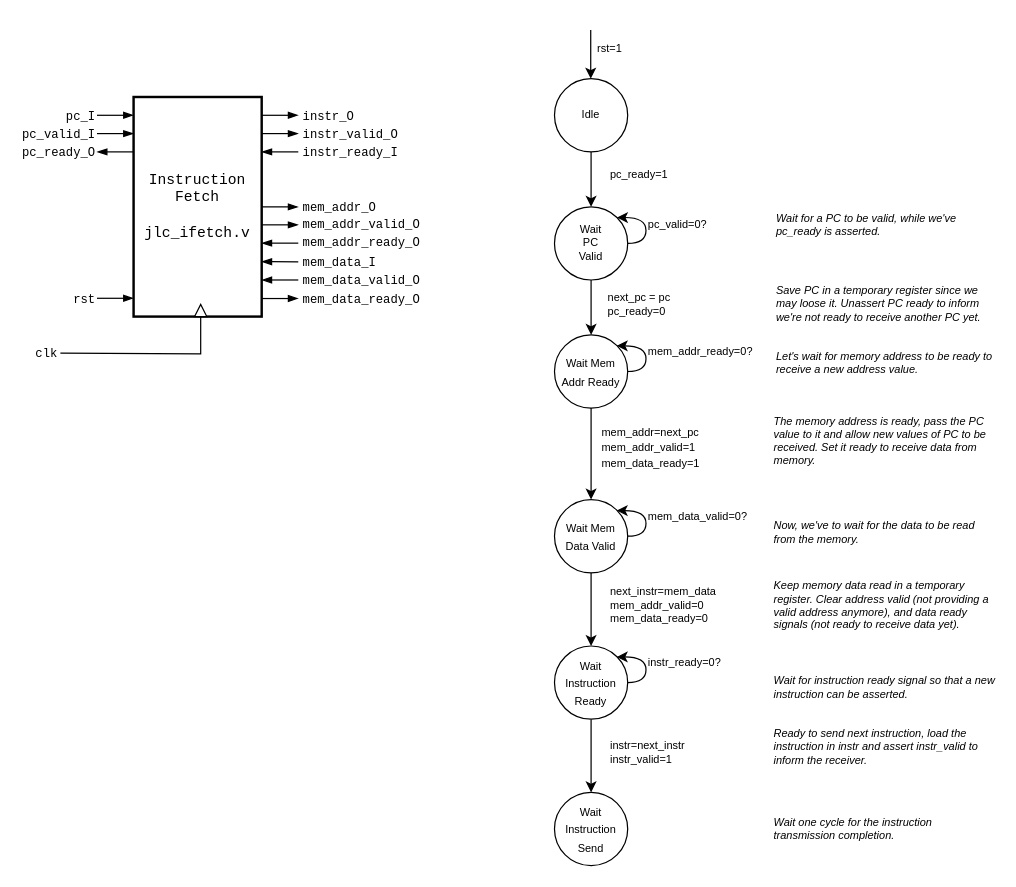
Earlier version of the draw.io diagram doc/JPC_ifetch.drawio (jemos/jpc). Source tidied: cells renumbered, new cells numbered last; positions are measured from the earlier drawing's top-left corner, leaving out a move shared by most shapes. Both pictures are drawn from the tidied source at 122%, with x=0, y=0 at pixel (60, 29).
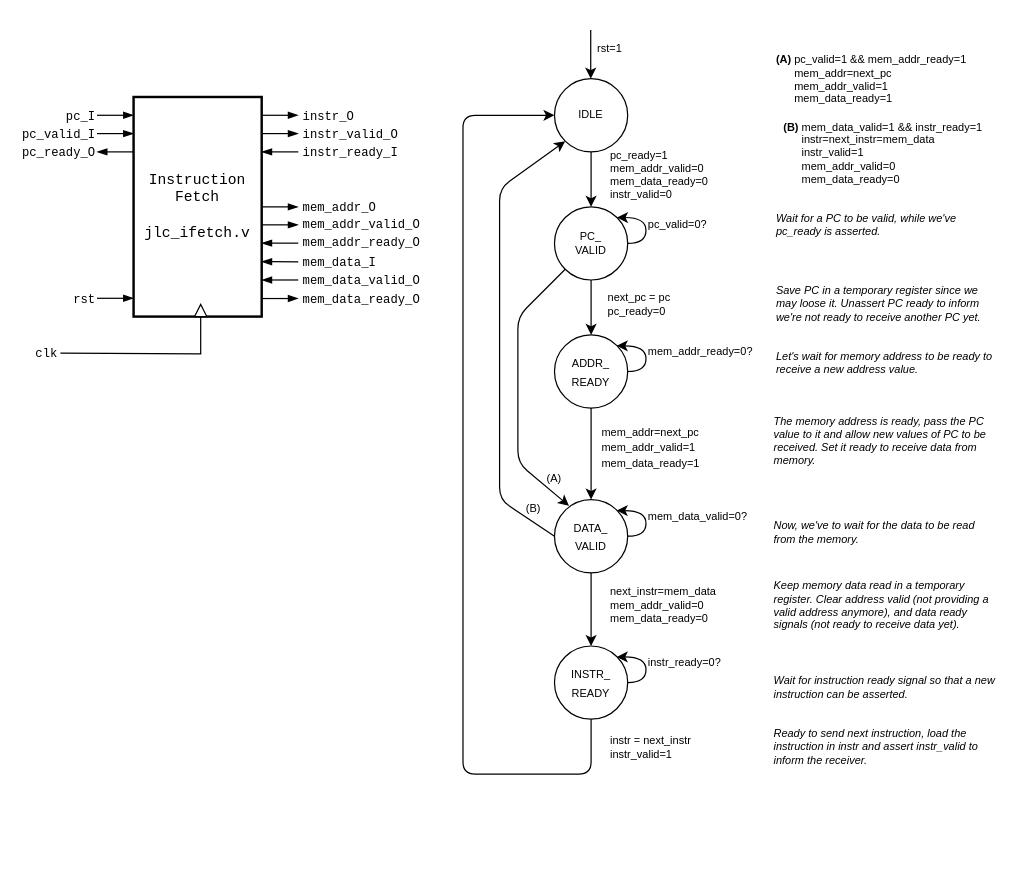
Above is the later version.

Unchanged cells that the change refers to:
```xml
<mxCell id="32" style="edgeStyle=orthogonalEdgeStyle;rounded=0;jettySize=auto;html=1;" parent="1" edge="1" source="34" target="37">
  <mxGeometry relative="1" as="geometry" />
</mxCell>
```

The edit, as a diff of the source:
```diff
@@
-    <mxCell id="33" value="pc_ready=1" style="edgeLabel;html=1;align=left;verticalAlign=middle;fontSize=9;" parent="32" vertex="1">
+    <mxCell id="33" value="pc_ready=1&lt;div&gt;mem_addr_valid=0&lt;/div&gt;&lt;div&gt;mem_data_ready=0&lt;/div&gt;&lt;div&gt;instr_valid=0&lt;/div&gt;" style="edgeLabel;html=1;align=left;verticalAlign=middle;fontSize=9;" parent="32" vertex="1">
       <mxGeometry x="-0.2" relative="1" as="geometry">
         <mxPoint x="14" as="offset" />
       </mxGeometry>
     </mxCell>
-    <mxCell id="34" value="Idle" style="ellipse;whiteSpace=wrap;html=1;fontSize=9;" parent="1" vertex="1">
+    <mxCell id="34" value="IDLE" style="ellipse;whiteSpace=wrap;html=1;fontSize=9;" parent="1" vertex="1">
       <mxGeometry x="405" y="40" width="60" height="60" as="geometry" />
     </mxCell>
@@
-    <mxCell id="37" value="Wait&lt;div&gt;PC&lt;/div&gt;&lt;div&gt;Valid&lt;/div&gt;" style="ellipse;whiteSpace=wrap;html=1;fontSize=9;" parent="1" vertex="1">
+    <mxCell id="37" value="PC_&lt;div&gt;VALID&lt;/div&gt;" style="ellipse;whiteSpace=wrap;html=1;fontSize=9;" parent="1" vertex="1">
       <mxGeometry x="405" y="145" width="60" height="60" as="geometry" />
     </mxCell>
@@
-    <mxCell id="44" value="&lt;font style=&quot;font-size: 9px;&quot;&gt;Wait Mem Addr Ready&lt;/font&gt;" style="ellipse;whiteSpace=wrap;html=1;" parent="1" vertex="1">
+    <mxCell id="44" value="&lt;font style=&quot;font-size: 9px;&quot;&gt;ADDR_&lt;/font&gt;&lt;div&gt;&lt;font style=&quot;font-size: 9px;&quot;&gt;READY&lt;/font&gt;&lt;/div&gt;" style="ellipse;whiteSpace=wrap;html=1;" parent="1" vertex="1">
       <mxGeometry x="405" y="250" width="60" height="60" as="geometry" />
     </mxCell>
@@
-    <mxCell id="48" value="&lt;font style=&quot;font-size: 9px;&quot;&gt;Wait Mem Data Valid&lt;/font&gt;" style="ellipse;whiteSpace=wrap;html=1;" parent="1" vertex="1">
+    <mxCell id="48" value="&lt;font style=&quot;font-size: 9px;&quot;&gt;DATA_&lt;/font&gt;&lt;div&gt;&lt;font style=&quot;font-size: 9px;&quot;&gt;VALID&lt;/font&gt;&lt;/div&gt;" style="ellipse;whiteSpace=wrap;html=1;" parent="1" vertex="1">
       <mxGeometry x="405" y="385" width="60" height="60" as="geometry" />
     </mxCell>
@@
-    <mxCell id="54" style="edgeStyle=orthogonalEdgeStyle;rounded=0;jettySize=auto;html=1;" parent="1" edge="1" source="56" target="62">
-      <mxGeometry relative="1" as="geometry" />
-    </mxCell>
-    <mxCell id="55" value="&lt;font&gt;instr=next_instr&lt;/font&gt;&lt;div&gt;&lt;font&gt;instr_valid=1&lt;/font&gt;&lt;/div&gt;" style="edgeLabel;html=1;align=left;verticalAlign=middle;labelPosition=right;verticalLabelPosition=middle;fontSize=9;" parent="54" vertex="1">
-      <mxGeometry x="-0.26" y="-1" relative="1" as="geometry">
-        <mxPoint x="15" y="4" as="offset" />
-      </mxGeometry>
-    </mxCell>
-    <mxCell id="56" value="&lt;font style=&quot;font-size: 9px;&quot;&gt;Wait Instruction Ready&lt;/font&gt;" style="ellipse;whiteSpace=wrap;html=1;" parent="1" vertex="1">
+    <mxCell id="56" value="&lt;font style=&quot;font-size: 9px;&quot;&gt;INSTR_&lt;/font&gt;&lt;div&gt;&lt;font style=&quot;font-size: 9px;&quot;&gt;READY&lt;/font&gt;&lt;/div&gt;" style="ellipse;whiteSpace=wrap;html=1;" parent="1" vertex="1">
       <mxGeometry x="405" y="505" width="60" height="60" as="geometry" />
     </mxCell>
@@
-    <mxCell id="62" value="&lt;font style=&quot;font-size: 9px;&quot;&gt;Wait Instruction Send&lt;/font&gt;" style="ellipse;whiteSpace=wrap;html=1;" parent="1" vertex="1">
-      <mxGeometry x="405" y="625" width="60" height="60" as="geometry" />
-    </mxCell>
+    <mxCell id="67" style="edgeStyle=orthogonalEdgeStyle;rounded=1;jettySize=auto;html=1;exitX=0.5;exitY=1;exitDx=0;exitDy=0;entryX=0;entryY=0.5;entryDx=0;entryDy=0;curved=0;" parent="1" edge="1" source="56" target="34">
+      <mxGeometry relative="1" as="geometry">
+        <Array as="points">
+          <mxPoint x="435" y="610" />
+          <mxPoint x="330" y="610" />
+          <mxPoint x="330" y="70" />
+        </Array>
+      </mxGeometry>
+    </mxCell>
@@
-    <mxCell id="64" value="Wait one cycle for the instruction transmission completion." style="text;html=1;align=left;verticalAlign=middle;whiteSpace=wrap;rounded=0;fontSize=9;labelPosition=center;verticalLabelPosition=middle;fontStyle=2;spacing=0;" parent="1" vertex="1">
-      <mxGeometry x="585" y="632.5" width="180" height="45" as="geometry" />
-    </mxCell>
@@
+    <mxCell id="68" style="endArrow=none;html=1;rounded=1;exitX=0.199;exitY=0.086;exitDx=0;exitDy=0;entryX=0;entryY=1;entryDx=0;entryDy=0;endFill=1;startFill=1;startArrow=classic;curved=0;exitPerimeter=0;" parent="1" edge="1" source="48" target="37">
+      <mxGeometry relative="1" as="geometry">
+        <Array as="points">
+          <mxPoint x="375" y="355" />
+          <mxPoint x="375" y="235" />
+        </Array>
+      </mxGeometry>
+    </mxCell>
+    <mxCell id="69" style="endArrow=none;html=1;rounded=1;entryX=0;entryY=0.5;entryDx=0;entryDy=0;exitX=0;exitY=1;exitDx=0;exitDy=0;endFill=0;startFill=1;startArrow=classic;curved=0;" parent="1" edge="1" source="34" target="48">
+      <mxGeometry relative="1" as="geometry">
+        <Array as="points">
+          <mxPoint x="360" y="130" />
+          <mxPoint x="360" y="385" />
+        </Array>
+      </mxGeometry>
+    </mxCell>
+    <mxCell id="70" value="(B)" style="edgeLabel;html=1;align=left;verticalAlign=middle;labelPosition=right;verticalLabelPosition=middle;fontSize=9;" parent="1" vertex="1">
+      <mxGeometry x="380" y="392" as="geometry" />
+    </mxCell>
+    <mxCell id="71" value="(A)" style="edgeLabel;html=1;align=left;verticalAlign=middle;labelPosition=right;verticalLabelPosition=middle;fontSize=9;" parent="1" vertex="1">
+      <mxGeometry x="397" y="367" as="geometry" />
+    </mxCell>
+    <mxCell id="72" value="&lt;b&gt;(A)&lt;/b&gt;&amp;nbsp;pc_valid=1 &amp;amp;&amp;amp; mem_addr_ready=1&lt;div&gt;&amp;nbsp; &amp;nbsp; &amp;nbsp; mem_addr=next_pc&lt;/div&gt;&lt;div&gt;&amp;nbsp; &amp;nbsp; &amp;nbsp; mem_addr_valid=1&lt;/div&gt;&lt;div&gt;&amp;nbsp; &amp;nbsp; &amp;nbsp; mem_data_ready=1&lt;/div&gt;" style="edgeLabel;html=1;align=left;verticalAlign=middle;labelPosition=right;verticalLabelPosition=middle;fontSize=9;fontFamily=Helvetica;" parent="1" vertex="1">
+      <mxGeometry x="585" y="40" as="geometry" />
+    </mxCell>
+    <mxCell id="73" value="&lt;b&gt;(B)&lt;/b&gt; mem_data_valid=1 &amp;amp;&amp;amp; instr_ready=1&lt;div&gt;&lt;div&gt;&amp;nbsp; &amp;nbsp; &amp;nbsp; instr=next_instr=mem_data&lt;/div&gt;&lt;div&gt;&amp;nbsp; &amp;nbsp; &amp;nbsp; instr_valid=1&lt;/div&gt;&lt;div&gt;&amp;nbsp; &amp;nbsp; &amp;nbsp; mem_addr_valid=0&lt;/div&gt;&lt;div&gt;&amp;nbsp; &amp;nbsp; &amp;nbsp; mem_data_ready=0&lt;/div&gt;&lt;/div&gt;" style="edgeLabel;html=1;align=left;verticalAlign=middle;labelPosition=right;verticalLabelPosition=middle;fontSize=9;" parent="1" vertex="1">
+      <mxGeometry x="385" y="445" as="geometry">
+        <mxPoint x="206" y="-345" as="offset" />
+      </mxGeometry>
+    </mxCell>
+    <mxCell id="74" value="&lt;div&gt;instr = next_instr&lt;/div&gt;instr_valid=1" style="edgeLabel;html=1;align=left;verticalAlign=middle;labelPosition=right;verticalLabelPosition=middle;fontSize=9;" parent="1" vertex="1">
+      <mxGeometry x="449" y="587.5" as="geometry" />
+    </mxCell>
```
